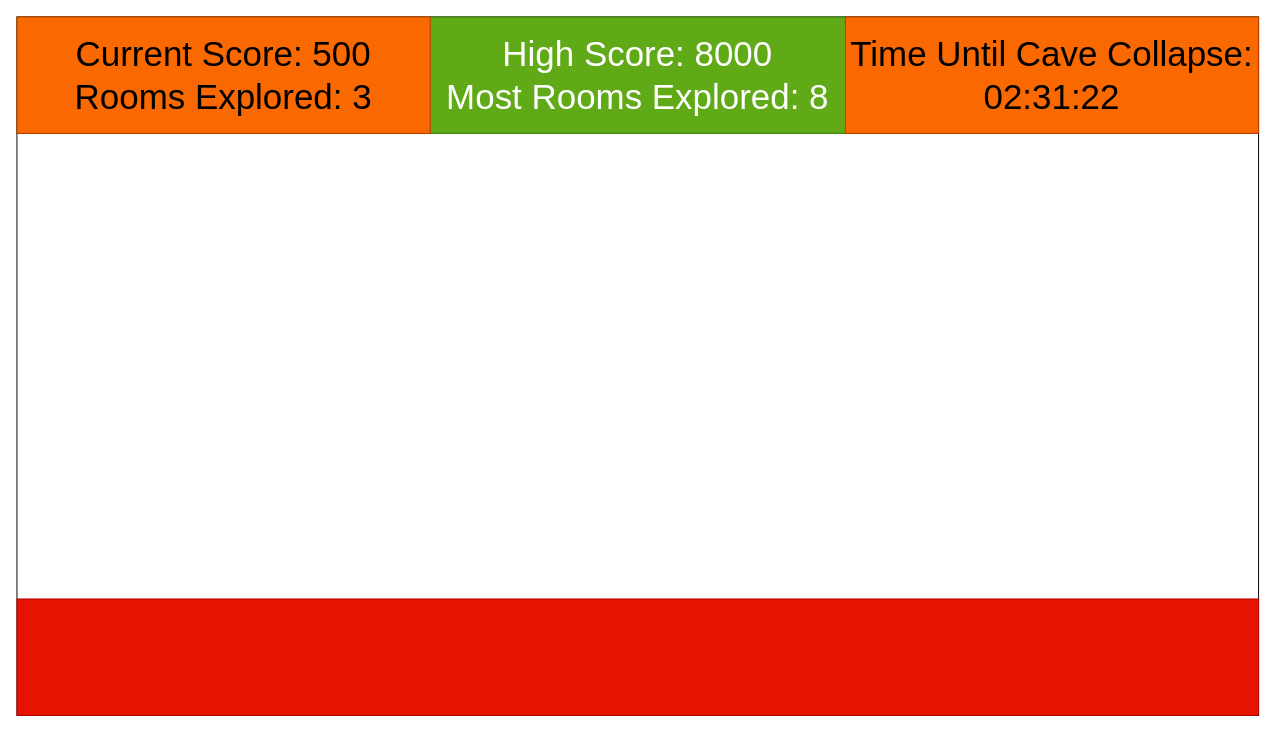
The draw.io diagram docs/wireframes/ScoreUI-Sizing.drawio in divark/escaping-the-depths, before the edit. Source tidied: cells renumbered, new cells numbered last; positions are measured from the earlier drawing's top-left corner, leaving out a move shared by most shapes. Both pictures are drawn from the tidied source at 97%, with x=0, y=0 at pixel (16, 16).
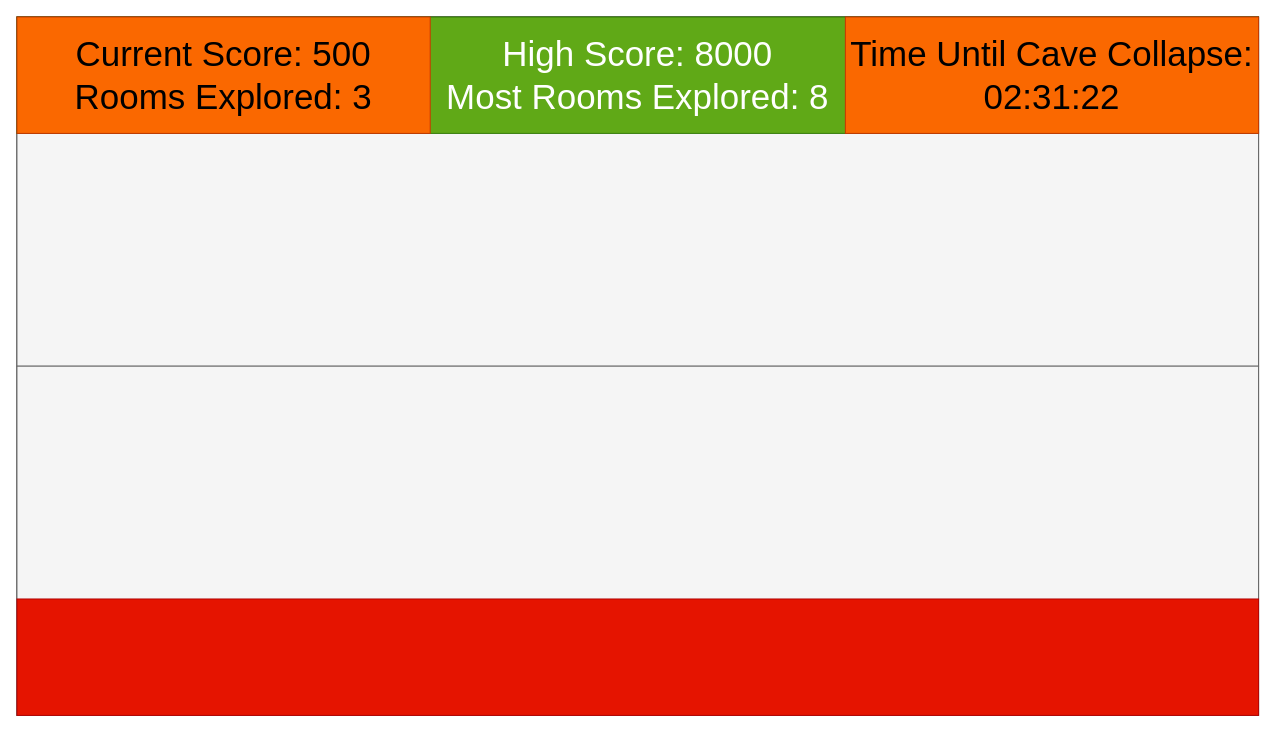
The same page after the edit.

Commit message (it also covers changes not shown here):
Add note about assets not being uploaded. Update wireframe for next feature.

Diff of the diagram source:
```diff
@@
 <mxGraphModel>
   <root>
     <mxCell id="0" />
     <mxCell id="1" parent="0" />
+    <mxCell id="7" style="group;" parent="1" vertex="1">
+      <mxGeometry width="1280" height="720" as="geometry" />
+    </mxCell>
-    <mxCell id="2" style="rounded=0;whiteSpace=wrap;html=1;" parent="1" vertex="1">
+    <mxCell id="2" style="rounded=0;whiteSpace=wrap;html=1;" parent="7" vertex="1">
       <mxGeometry width="1280" height="720" as="geometry" />
     </mxCell>
+    <mxCell id="8" style="rounded=0;whiteSpace=wrap;html=1;fillColor=#f5f5f5;fontColor=#333333;strokeColor=#666666;" parent="7" vertex="1">
+      <mxGeometry width="1280" height="360" as="geometry" />
+    </mxCell>
+    <mxCell id="9" style="rounded=0;whiteSpace=wrap;html=1;fillColor=#f5f5f5;fontColor=#333333;strokeColor=#666666;" parent="7" vertex="1">
+      <mxGeometry y="360" width="1280" height="360" as="geometry" />
+    </mxCell>
     <mxCell id="3" value="&lt;div&gt;&lt;font style=&quot;font-size: 36px;&quot;&gt;High Score: 8000&lt;/font&gt;&lt;/div&gt;&lt;div&gt;&lt;font style=&quot;font-size: 36px;&quot;&gt;Most Rooms Explored: 8&lt;/font&gt;&lt;/div&gt;" style="rounded=0;whiteSpace=wrap;html=1;fillColor=#60a917;fontColor=#ffffff;strokeColor=#2D7600;" parent="1" vertex="1">
       <mxGeometry width="1280" height="120" as="geometry" />
     </mxCell>
     <mxCell id="4" style="rounded=0;whiteSpace=wrap;html=1;fillColor=#e51400;fontColor=#ffffff;strokeColor=#B20000;" parent="1" vertex="1">
       <mxGeometry y="600" width="1280" height="120" as="geometry" />
     </mxCell>
     <mxCell id="5" value="&lt;div&gt;&lt;font style=&quot;font-size: 36px;&quot;&gt;Current Score: 500&lt;/font&gt;&lt;/div&gt;&lt;div&gt;&lt;font style=&quot;font-size: 36px;&quot;&gt;Rooms Explored: 3&lt;/font&gt;&lt;/div&gt;" style="rounded=0;whiteSpace=wrap;html=1;fillColor=#fa6800;fontColor=#000000;strokeColor=#C73500;" parent="1" vertex="1">
       <mxGeometry width="426" height="120" as="geometry" />
     </mxCell>
     <mxCell id="6" value="&lt;font style=&quot;font-size: 36px;&quot;&gt;Time Until Cave Collapse: 02:31:22&lt;/font&gt;" style="rounded=0;whiteSpace=wrap;html=1;fillColor=#fa6800;fontColor=#000000;strokeColor=#C73500;" parent="1" vertex="1">
       <mxGeometry x="854" width="426" height="120" as="geometry" />
     </mxCell>
   </root>
 </mxGraphModel>
```
